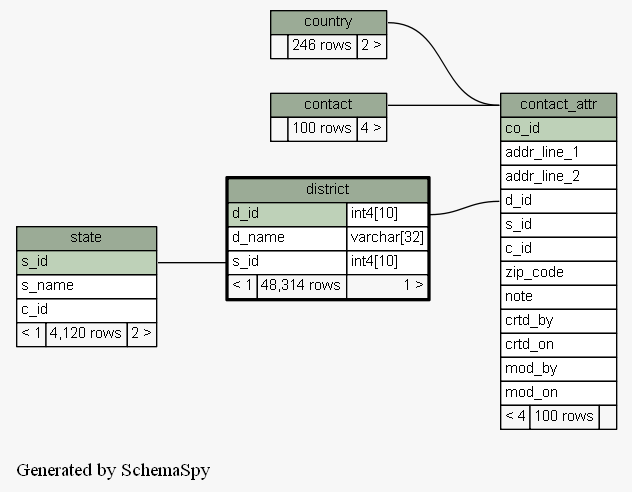
Before: docs/database/schemaspy/graphs/district.2degrees.png, a diagram exported from Graphviz (engineerscraft/salesforce). Its source is kept beside it as docs/database/schemaspy/graphs/district.2degrees.dot.
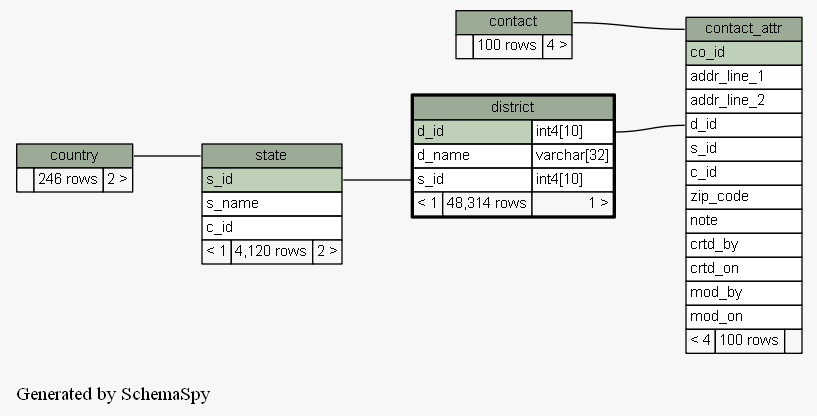
The same file after the commit.

Change to the diagram source:
```diff
@@ -13,10 +13,10 @@
   edge [
     arrowsize="0.8"
   ];
-  "contact_attr":"contact_attr.heading":w -> "country":"country.heading":e [arrowtail=crowodot arrowhead=none];
   "contact_attr":"contact_attr.heading":w -> "contact":"contact.heading":e [arrowtail=tee arrowhead=none];
   "contact_attr":"d_id":w -> "district":"d_id.type":e [arrowtail=crowodot arrowhead=none];
   "district":"s_id":w -> "state":"s_id":e [arrowtail=crowtee arrowhead=none];
+  "state":"state.heading":w -> "country":"country.heading":e [arrowtail=crowtee arrowhead=none];
   "contact" [
     label=<
     <TABLE BORDER="0" CELLBORDER="1" CELLSPACING="0" BGCOLOR="#ffffff">
```
